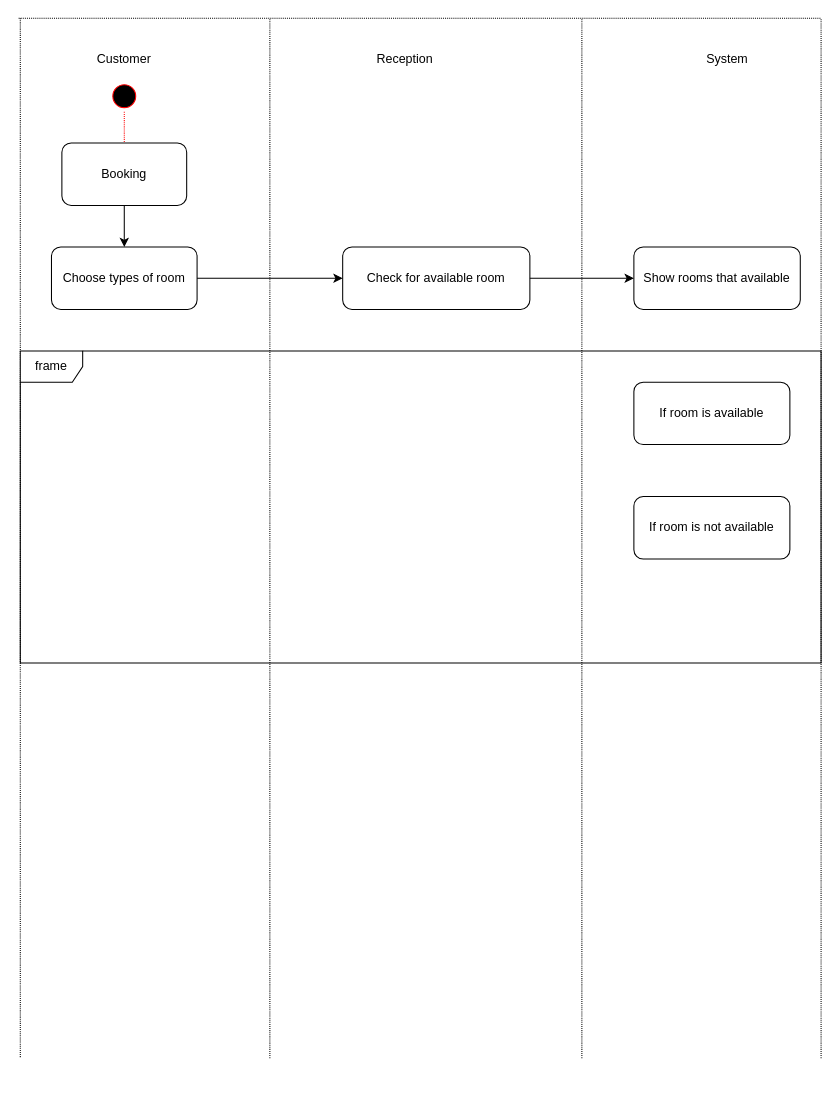
Above: Diagram/Activity Diagram.drawio in jonathanha52/SE104.L23.PMCL (draw.io), before the change. Source tidied: cells renumbered, new cells numbered last; positions are measured from the earlier drawing's top-left corner, leaving out a move shared by most shapes. Both pictures are drawn from the tidied source at 104%, with x=0, y=0 at pixel (18, 18).
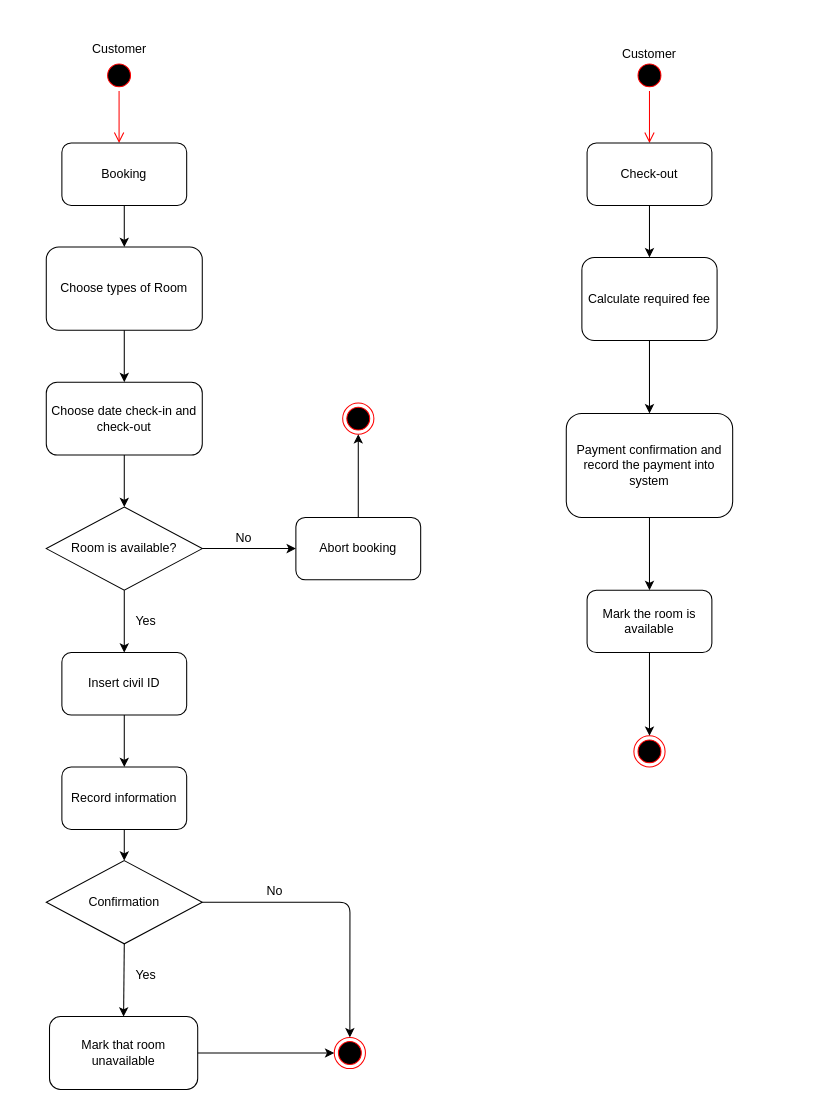
The same page after the edit.

The change refers to these unchanged cells:
```xml
<mxCell id="12" value="Booking" style="rounded=1;whiteSpace=wrap;html=1;" parent="1" vertex="1">
  <mxGeometry x="42" y="120" width="120" height="60" as="geometry" />
</mxCell>
```

Diff of the diagram source:
```diff
@@
-    <mxCell id="2" style="endArrow=none;html=1;dashed=1;dashPattern=1 1;" parent="1" edge="1">
-      <mxGeometry relative="1" as="geometry">
-        <mxPoint x="2" as="sourcePoint" />
-        <mxPoint x="2" y="1000" as="targetPoint" />
-      </mxGeometry>
-    </mxCell>
-    <mxCell id="3" value="Customer" style="text;html=1;strokeColor=none;fillColor=none;align=center;verticalAlign=middle;whiteSpace=wrap;rounded=0;" parent="1" vertex="1">
-      <mxGeometry x="42" y="20" width="120" height="40" as="geometry" />
-    </mxCell>
-    <mxCell id="4" style="endArrow=none;html=1;dashed=1;dashPattern=1 1;" parent="1" edge="1">
-      <mxGeometry relative="1" as="geometry">
-        <mxPoint x="0.4" as="sourcePoint" />
-        <mxPoint x="771.6" as="targetPoint" />
-      </mxGeometry>
-    </mxCell>
-    <mxCell id="5" value="Reception" style="text;html=1;strokeColor=none;fillColor=none;align=center;verticalAlign=middle;whiteSpace=wrap;rounded=0;" parent="1" vertex="1">
-      <mxGeometry x="312" y="20" width="120" height="40" as="geometry" />
-    </mxCell>
-    <mxCell id="6" value="System" style="text;html=1;strokeColor=none;fillColor=none;align=center;verticalAlign=middle;whiteSpace=wrap;rounded=0;" parent="1" vertex="1">
-      <mxGeometry x="622" y="20" width="120" height="40" as="geometry" />
-    </mxCell>
-    <mxCell id="7" style="endArrow=none;html=1;dashed=1;dashPattern=1 1;" parent="1" edge="1">
-      <mxGeometry relative="1" as="geometry">
-        <mxPoint x="242" y="1000" as="sourcePoint" />
-        <mxPoint x="242" as="targetPoint" />
-      </mxGeometry>
-    </mxCell>
-    <mxCell id="8" style="endArrow=none;html=1;dashed=1;dashPattern=1 1;" parent="1" edge="1">
-      <mxGeometry relative="1" as="geometry">
-        <mxPoint x="542" y="1000" as="sourcePoint" />
-        <mxPoint x="542" as="targetPoint" />
-      </mxGeometry>
-    </mxCell>
-    <mxCell id="9" style="endArrow=none;html=1;dashed=1;dashPattern=1 1;" parent="1" edge="1">
-      <mxGeometry relative="1" as="geometry">
-        <mxPoint x="772" y="1000" as="sourcePoint" />
-        <mxPoint x="772" as="targetPoint" />
-      </mxGeometry>
-    </mxCell>
-    <mxCell id="10" style="ellipse;html=1;shape=startState;fillColor=#000000;strokeColor=#ff0000;" parent="1" vertex="1">
-      <mxGeometry x="87" y="60" width="30" height="30" as="geometry" />
-    </mxCell>
-    <mxCell id="11" style="edgeStyle=orthogonalEdgeStyle;html=1;verticalAlign=bottom;endArrow=open;endSize=8;strokeColor=#ff0000;dashed=1;dashPattern=1 1;" parent="1" edge="1" source="10">
-      <mxGeometry relative="1" as="geometry">
-        <mxPoint x="102" y="160" as="targetPoint" />
-      </mxGeometry>
-    </mxCell>
+    <mxCell id="22" style="ellipse;html=1;shape=startState;fillColor=#000000;strokeColor=#ff0000;" parent="1" vertex="1">
+      <mxGeometry x="82" y="40" width="30" height="30" as="geometry" />
+    </mxCell>
+    <mxCell id="23" style="edgeStyle=orthogonalEdgeStyle;html=1;verticalAlign=bottom;endArrow=open;endSize=8;strokeColor=#ff0000;" parent="1" edge="1">
+      <mxGeometry relative="1" as="geometry">
+        <mxPoint x="97" y="70" as="sourcePoint" />
+        <mxPoint x="97" y="120" as="targetPoint" />
+      </mxGeometry>
+    </mxCell>
@@
-    <mxCell id="13" value="Choose types of room" style="rounded=1;whiteSpace=wrap;html=1;" parent="1" vertex="1">
-      <mxGeometry x="32" y="220" width="140" height="60" as="geometry" />
-    </mxCell>
-    <mxCell id="14" style="endArrow=classic;html=1;exitX=0.5;exitY=1;exitDx=0;exitDy=0;entryX=0.5;entryY=0;entryDx=0;entryDy=0;" parent="1" edge="1" source="12" target="13">
-      <mxGeometry relative="1" as="geometry" />
-    </mxCell>
-    <mxCell id="15" value="Check for available room" style="rounded=1;whiteSpace=wrap;html=1;" parent="1" vertex="1">
-      <mxGeometry x="312" y="220" width="180" height="60" as="geometry" />
-    </mxCell>
-    <mxCell id="16" value="Show rooms that available" style="rounded=1;whiteSpace=wrap;html=1;" parent="1" vertex="1">
-      <mxGeometry x="592" y="220" width="160" height="60" as="geometry" />
-    </mxCell>
-    <mxCell id="17" style="endArrow=classic;html=1;exitX=1;exitY=0.5;exitDx=0;exitDy=0;entryX=0;entryY=0.5;entryDx=0;entryDy=0;" parent="1" edge="1" source="13" target="15">
-      <mxGeometry relative="1" as="geometry" />
-    </mxCell>
-    <mxCell id="18" style="endArrow=classic;html=1;exitX=1;exitY=0.5;exitDx=0;exitDy=0;entryX=0;entryY=0.5;entryDx=0;entryDy=0;" parent="1" edge="1" source="15" target="16">
-      <mxGeometry relative="1" as="geometry" />
-    </mxCell>
-    <mxCell id="19" value="frame" style="shape=umlFrame;whiteSpace=wrap;html=1;" parent="1" vertex="1">
-      <mxGeometry x="2" y="320" width="770" height="300" as="geometry" />
-    </mxCell>
-    <mxCell id="20" value="If room is available" style="rounded=1;whiteSpace=wrap;html=1;" parent="1" vertex="1">
-      <mxGeometry x="592" y="350" width="150" height="60" as="geometry" />
-    </mxCell>
-    <mxCell id="21" value="If room is not available" style="rounded=1;whiteSpace=wrap;html=1;" parent="1" vertex="1">
-      <mxGeometry x="592" y="460" width="150" height="60" as="geometry" />
-    </mxCell>
+    <mxCell id="24" value="Customer" style="text;html=1;strokeColor=none;fillColor=none;align=center;verticalAlign=middle;whiteSpace=wrap;rounded=0;" parent="1" vertex="1">
+      <mxGeometry x="50.8" y="10" width="92.5" height="40" as="geometry" />
+    </mxCell>
+    <mxCell id="25" value="Choose types of Room" style="rounded=1;whiteSpace=wrap;html=1;" parent="1" vertex="1">
+      <mxGeometry x="27" y="220" width="150" height="80" as="geometry" />
+    </mxCell>
+    <mxCell id="26" style="endArrow=classic;html=1;exitX=0.5;exitY=1;exitDx=0;exitDy=0;entryX=0.5;entryY=0;entryDx=0;entryDy=0;" parent="1" edge="1" source="12" target="25">
+      <mxGeometry relative="1" as="geometry" />
+    </mxCell>
+    <mxCell id="27" value="Abort booking" style="rounded=1;whiteSpace=wrap;html=1;" parent="1" vertex="1">
+      <mxGeometry x="267" y="480" width="120" height="60" as="geometry" />
+    </mxCell>
+    <mxCell id="28" value="Room is available?" style="rhombus;whiteSpace=wrap;html=1;" parent="1" vertex="1">
+      <mxGeometry x="27" y="470" width="150" height="80" as="geometry" />
+    </mxCell>
+    <mxCell id="29" style="endArrow=classic;html=1;entryX=0;entryY=0.5;entryDx=0;entryDy=0;exitX=1;exitY=0.5;exitDx=0;exitDy=0;" parent="1" edge="1" source="28" target="27">
+      <mxGeometry relative="1" as="geometry" />
+    </mxCell>
+    <mxCell id="30" value="No" style="text;html=1;strokeColor=none;fillColor=none;align=center;verticalAlign=middle;whiteSpace=wrap;rounded=0;" parent="1" vertex="1">
+      <mxGeometry x="197" y="490" width="40" height="20" as="geometry" />
+    </mxCell>
+    <mxCell id="31" style="ellipse;html=1;shape=endState;fillColor=#000000;strokeColor=#ff0000;" parent="1" vertex="1">
+      <mxGeometry x="312" y="370" width="30" height="30" as="geometry" />
+    </mxCell>
+    <mxCell id="32" style="endArrow=classic;html=1;entryX=0.5;entryY=1;entryDx=0;entryDy=0;exitX=0.5;exitY=0;exitDx=0;exitDy=0;" parent="1" edge="1" source="27" target="31">
+      <mxGeometry relative="1" as="geometry" />
+    </mxCell>
+    <mxCell id="33" value="Choose date check-in and check-out" style="rounded=1;whiteSpace=wrap;html=1;" parent="1" vertex="1">
+      <mxGeometry x="27" y="350" width="150" height="70" as="geometry" />
+    </mxCell>
+    <mxCell id="34" value="Yes" style="text;html=1;strokeColor=none;fillColor=none;align=center;verticalAlign=middle;whiteSpace=wrap;rounded=0;" parent="1" vertex="1">
+      <mxGeometry x="103.2" y="570" width="40" height="20" as="geometry" />
+    </mxCell>
+    <mxCell id="35" style="endArrow=classic;html=1;exitX=0.5;exitY=1;exitDx=0;exitDy=0;entryX=0.5;entryY=0;entryDx=0;entryDy=0;" parent="1" edge="1" source="33" target="28">
+      <mxGeometry relative="1" as="geometry" />
+    </mxCell>
+    <mxCell id="36" style="endArrow=classic;html=1;exitX=0.5;exitY=1;exitDx=0;exitDy=0;entryX=0.5;entryY=0;entryDx=0;entryDy=0;" parent="1" edge="1" source="28" target="37">
+      <mxGeometry relative="1" as="geometry" />
+    </mxCell>
+    <mxCell id="37" value="Insert civil ID" style="rounded=1;whiteSpace=wrap;html=1;" parent="1" vertex="1">
+      <mxGeometry x="42" y="610" width="120" height="60" as="geometry" />
+    </mxCell>
+    <mxCell id="38" style="endArrow=classic;html=1;exitX=0.5;exitY=1;exitDx=0;exitDy=0;" parent="1" edge="1" source="25" target="33">
+      <mxGeometry relative="1" as="geometry" />
+    </mxCell>
+    <mxCell id="39" value="Record information" style="rounded=1;whiteSpace=wrap;html=1;" parent="1" vertex="1">
+      <mxGeometry x="42" y="720" width="120" height="60" as="geometry" />
+    </mxCell>
+    <mxCell id="40" value="Mark that room unavailable" style="rounded=1;whiteSpace=wrap;html=1;" parent="1" vertex="1">
+      <mxGeometry x="30.1" y="960" width="142.5" height="70" as="geometry" />
+    </mxCell>
+    <mxCell id="41" style="endArrow=classic;html=1;exitX=0.5;exitY=1;exitDx=0;exitDy=0;" parent="1" edge="1" source="37" target="39">
+      <mxGeometry relative="1" as="geometry" />
+    </mxCell>
+    <mxCell id="42" style="endArrow=classic;html=1;exitX=0.5;exitY=1;exitDx=0;exitDy=0;entryX=0.5;entryY=0;entryDx=0;entryDy=0;" parent="1" edge="1" source="39" target="46">
+      <mxGeometry relative="1" as="geometry" />
+    </mxCell>
+    <mxCell id="43" style="ellipse;html=1;shape=endState;fillColor=#000000;strokeColor=#ff0000;" parent="1" vertex="1">
+      <mxGeometry x="303.9" y="980" width="30" height="30" as="geometry" />
+    </mxCell>
+    <mxCell id="44" style="endArrow=classic;html=1;exitX=1;exitY=0.5;exitDx=0;exitDy=0;entryX=0;entryY=0.5;entryDx=0;entryDy=0;" parent="1" edge="1" source="40" target="43">
+      <mxGeometry relative="1" as="geometry" />
+    </mxCell>
+    <mxCell id="45" style="endArrow=classic;html=1;exitX=0.5;exitY=1;exitDx=0;exitDy=0;entryX=0.5;entryY=0;entryDx=0;entryDy=0;" parent="1" edge="1" source="46" target="40">
+      <mxGeometry relative="1" as="geometry" />
+    </mxCell>
+    <mxCell id="46" value="Confirmation" style="rhombus;whiteSpace=wrap;html=1;" parent="1" vertex="1">
+      <mxGeometry x="27" y="810" width="150" height="80" as="geometry" />
+    </mxCell>
+    <mxCell id="47" value="Yes" style="text;html=1;strokeColor=none;fillColor=none;align=center;verticalAlign=middle;whiteSpace=wrap;rounded=0;" parent="1" vertex="1">
+      <mxGeometry x="103.2" y="910" width="40" height="20" as="geometry" />
+    </mxCell>
+    <mxCell id="48" value="No" style="text;html=1;strokeColor=none;fillColor=none;align=center;verticalAlign=middle;whiteSpace=wrap;rounded=0;" parent="1" vertex="1">
+      <mxGeometry x="227" y="830" width="40" height="20" as="geometry" />
+    </mxCell>
+    <mxCell id="49" style="endArrow=classic;html=1;exitX=1;exitY=0.5;exitDx=0;exitDy=0;entryX=0.5;entryY=0;entryDx=0;entryDy=0;" parent="1" edge="1" source="46" target="43">
+      <mxGeometry relative="1" as="geometry">
+        <Array as="points">
+          <mxPoint x="319" y="850" />
+        </Array>
+      </mxGeometry>
+    </mxCell>
+    <mxCell id="50" style="ellipse;html=1;shape=startState;fillColor=#000000;strokeColor=#ff0000;" parent="1" vertex="1">
+      <mxGeometry x="592" y="40" width="30" height="30" as="geometry" />
+    </mxCell>
+    <mxCell id="51" style="edgeStyle=orthogonalEdgeStyle;html=1;verticalAlign=bottom;endArrow=open;endSize=8;strokeColor=#ff0000;" parent="1" edge="1" source="50">
+      <mxGeometry relative="1" as="geometry">
+        <mxPoint x="607" y="120" as="targetPoint" />
+      </mxGeometry>
+    </mxCell>
+    <mxCell id="52" value="Check-out" style="rounded=1;whiteSpace=wrap;html=1;" parent="1" vertex="1">
+      <mxGeometry x="547" y="120" width="120" height="60" as="geometry" />
+    </mxCell>
+    <mxCell id="53" value="Calculate required fee" style="rounded=1;whiteSpace=wrap;html=1;" parent="1" vertex="1">
+      <mxGeometry x="542" y="230" width="130" height="80" as="geometry" />
+    </mxCell>
+    <mxCell id="54" value="Customer" style="text;html=1;strokeColor=none;fillColor=none;align=center;verticalAlign=middle;whiteSpace=wrap;rounded=0;" parent="1" vertex="1">
+      <mxGeometry x="562" y="20" width="90" height="30" as="geometry" />
+    </mxCell>
+    <mxCell id="55" style="endArrow=classic;html=1;exitX=0.5;exitY=1;exitDx=0;exitDy=0;entryX=0.5;entryY=0;entryDx=0;entryDy=0;" parent="1" edge="1" source="52" target="53">
+      <mxGeometry relative="1" as="geometry" />
+    </mxCell>
+    <mxCell id="56" value="Mark the room is available" style="rounded=1;whiteSpace=wrap;html=1;" parent="1" vertex="1">
+      <mxGeometry x="547" y="550" width="120" height="60" as="geometry" />
+    </mxCell>
+    <mxCell id="57" style="ellipse;html=1;shape=endState;fillColor=#000000;strokeColor=#ff0000;" parent="1" vertex="1">
+      <mxGeometry x="592" y="690" width="30" height="30" as="geometry" />
+    </mxCell>
+    <mxCell id="58" style="endArrow=classic;html=1;entryX=0.5;entryY=0;entryDx=0;entryDy=0;exitX=0.5;exitY=1;exitDx=0;exitDy=0;" parent="1" edge="1" source="56" target="57">
+      <mxGeometry relative="1" as="geometry" />
+    </mxCell>
+    <mxCell id="59" style="endArrow=classic;html=1;exitX=0.5;exitY=1;exitDx=0;exitDy=0;" parent="1" edge="1" source="53" target="60">
+      <mxGeometry relative="1" as="geometry" />
+    </mxCell>
+    <mxCell id="60" value="Payment confirmation and record the payment into system" style="rounded=1;whiteSpace=wrap;html=1;" parent="1" vertex="1">
+      <mxGeometry x="527" y="380" width="160" height="100" as="geometry" />
+    </mxCell>
+    <mxCell id="61" style="endArrow=classic;html=1;exitX=0.5;exitY=1;exitDx=0;exitDy=0;entryX=0.5;entryY=0;entryDx=0;entryDy=0;" parent="1" edge="1" source="60" target="56">
+      <mxGeometry relative="1" as="geometry" />
+    </mxCell>
```
